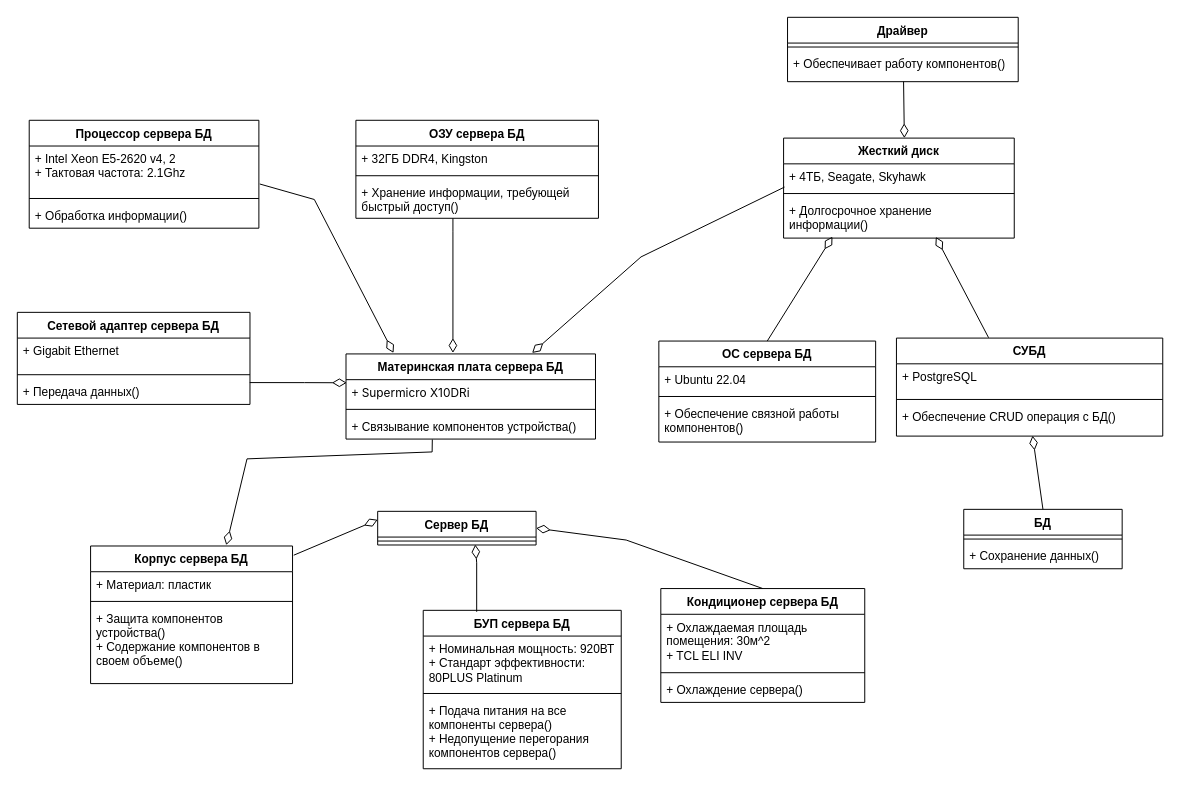
Above: Определение проекта АИС "Сервер БД".drawio in hiff0/db-city-council (draw.io), before the change. Source tidied: cells renumbered, new cells numbered last; positions are measured from the earlier drawing's top-left corner, leaving out a move shared by most shapes. Both pictures are drawn from the tidied source at 99%, with x=0, y=0 at pixel (17, 17).
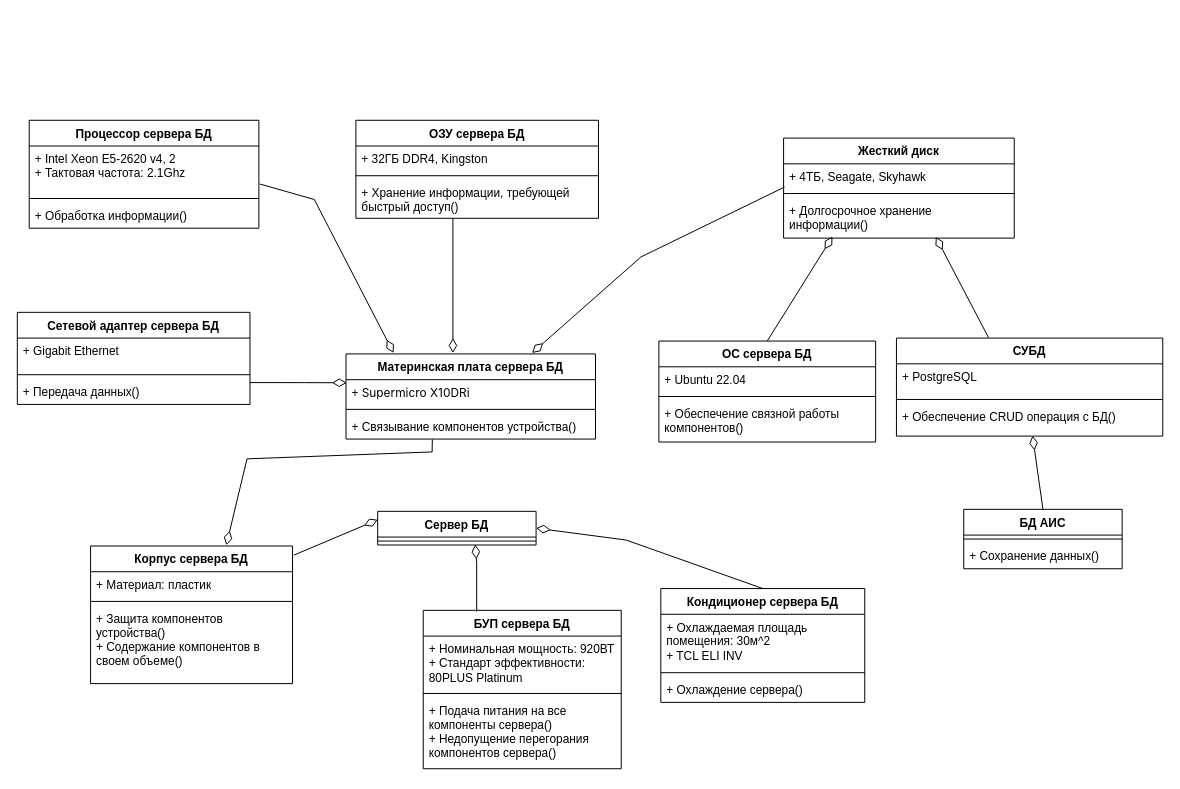
Above is the later version.

Change to the diagram source:
```diff
@@
-    <mxCell id="49" value="БД" style="swimlane;fontStyle=1;align=center;verticalAlign=top;horizontal=1;startSize=26;whiteSpace=wrap;html=1;" parent="1" vertex="1">
+    <mxCell id="49" value="БД АИС" style="swimlane;fontStyle=1;align=center;verticalAlign=top;horizontal=1;startSize=26;whiteSpace=wrap;html=1;" parent="1" vertex="1">
       <mxGeometry x="956" y="497" width="160" height="60" as="geometry" />
     </mxCell>
@@
-    <mxCell id="58" value="Драйвер" style="swimlane;fontStyle=1;align=center;verticalAlign=top;horizontal=1;startSize=26;whiteSpace=wrap;html=1;" parent="1" vertex="1">
-      <mxGeometry x="778" width="233" height="65" as="geometry" />
-    </mxCell>
-    <mxCell id="59" style="line;strokeWidth=1;fillColor=none;align=left;verticalAlign=middle;spacingTop=-1;spacingLeft=3;spacingRight=3;labelPosition=right;strokeColor=inherit;" parent="58" vertex="1">
-      <mxGeometry y="26" width="233" height="8" as="geometry" />
-    </mxCell>
-    <mxCell id="60" value="+ Обеспечивает работу компонентов()" style="text;strokeColor=none;fillColor=none;align=left;verticalAlign=top;spacingLeft=4;spacingRight=4;overflow=hidden;points=[[0,0.5],[1,0.5]];portConstraint=eastwest;whiteSpace=wrap;html=1;" parent="58" vertex="1">
-      <mxGeometry y="34" width="233" height="31" as="geometry" />
-    </mxCell>
-    <mxCell id="61" style="endArrow=diamondThin;endFill=0;endSize=12;html=1;rounded=0;exitX=0.503;exitY=0.996;exitDx=0;exitDy=0;exitPerimeter=0;" parent="1" edge="1" source="60">
-      <mxGeometry relative="1" as="geometry">
-        <mxPoint x="896" y="122" as="targetPoint" />
-      </mxGeometry>
-    </mxCell>
```
